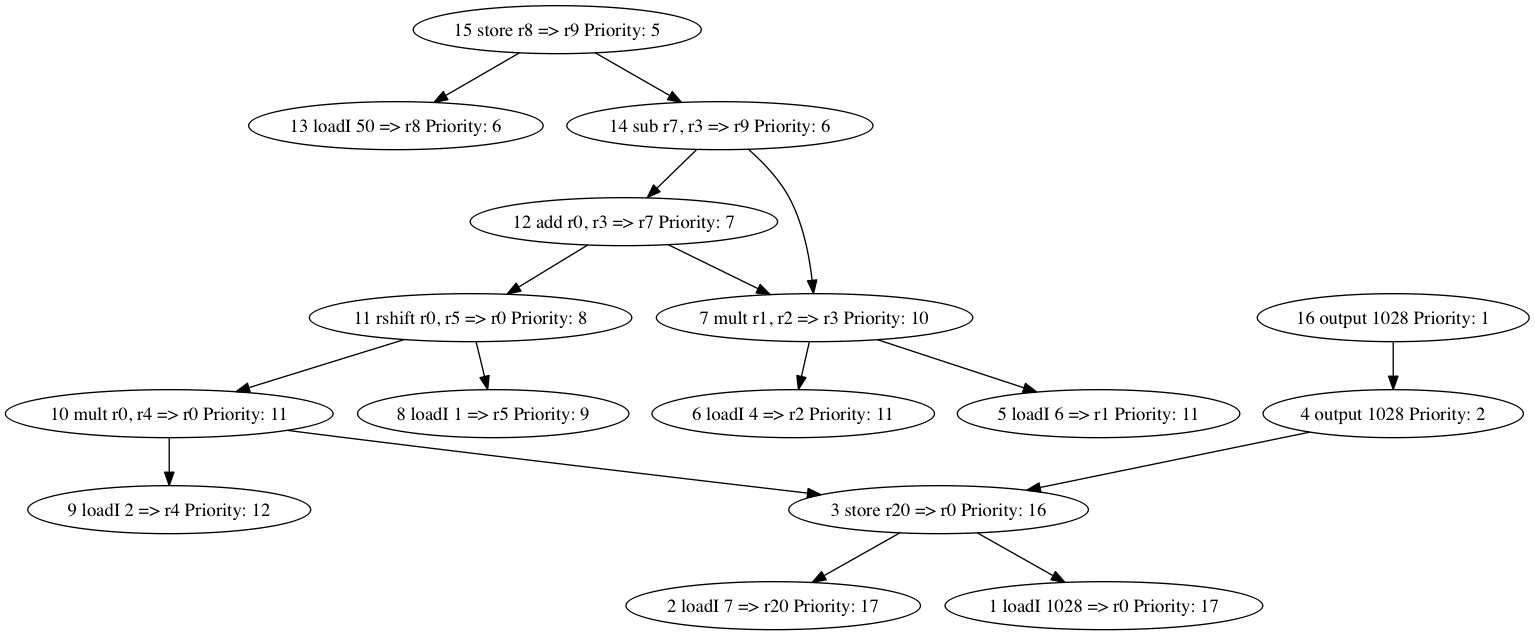
martinzc/instruction-scheduling keeps this Graphviz diagram as src/graph.png. Above is the earlier version. Its source is kept beside it as src/graph.dot.
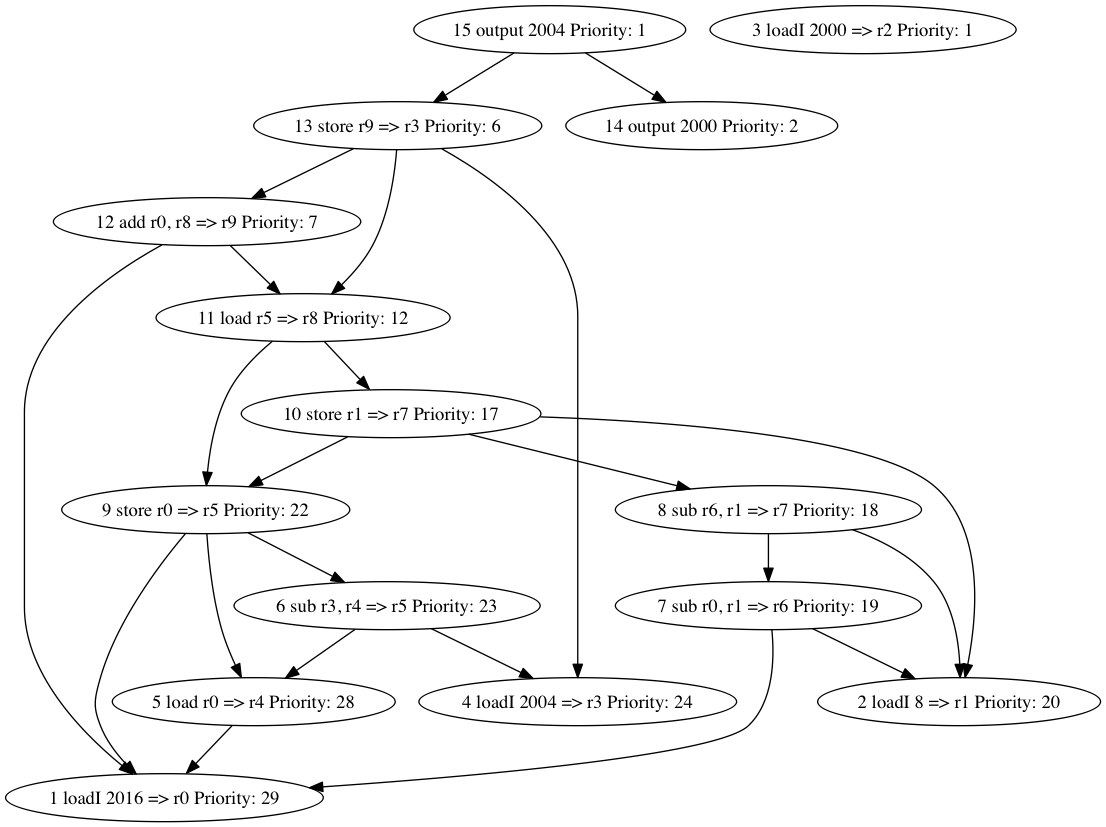
The same diagram one commit later.

Commit message:
fixed bugs for building dependency graph on output

The edit, as a diff of the source:
```diff
@@ -1,37 +1,40 @@
 digraph g {
-    7 [label="7 mult r1, r2 => r3 Priority: 11"];
-    11 [label="11 rshift r0, r5 => r0 Priority: 9"];
-    2 [label="2 loadI 7 => r20 Priority: 18"];
-    12 [label="12 add r0, r3 => r7 Priority: 8"];
-    9 [label="9 loadI 2 => r4 Priority: 13"];
-    10 [label="10 mult r0, r4 => r0 Priority: 12"];
-    1 [label="1 loadI 1028 => r0 Priority: 18"];
-    3 [label="3 store r20 => r0 Priority: 17"];
-    14 [label="14 sub r7, r3 => r9 Priority: 7"];
-    4 [label="4 output 1028 Priority: 7"];
-    16 [label="16 output 1028 Priority: 1"];
-    13 [label="13 loadI 50 => r8 Priority: 7"];
-    5 [label="5 loadI 6 => r1 Priority: 12"];
-    6 [label="6 loadI 4 => r2 Priority: 12"];
-    15 [label="15 store r8 => r9 Priority: 6"];
-    8 [label="8 loadI 1 => r5 Priority: 10"];
-    7->5;
-    7->6;
+    7 [label="7 sub r0, r1 => r6 Priority: 19"];
+    2 [label="2 loadI 8 => r1 Priority: 20"];
+    11 [label="11 load r5 => r8 Priority: 12"];
+    9 [label="9 store r0 => r5 Priority: 22"];
+    12 [label="12 add r0, r8 => r9 Priority: 7"];
+    10 [label="10 store r1 => r7 Priority: 17"];
+    15 [label="15 output 2004 Priority: 1"];
+    1 [label="1 loadI 2016 => r0 Priority: 29"];
+    3 [label="3 loadI 2000 => r2 Priority: 1"];
+    4 [label="4 loadI 2004 => r3 Priority: 24"];
+    13 [label="13 store r9 => r3 Priority: 6"];
+    5 [label="5 load r0 => r4 Priority: 28"];
+    14 [label="14 output 2000 Priority: 2"];
+    6 [label="6 sub r3, r4 => r5 Priority: 23"];
+    8 [label="8 sub r6, r1 => r7 Priority: 18"];
+    7->1;
+    7->2;
+    11->9;
     11->10;
-    11->8;
-    12->7;
+    9->5;
+    9->6;
+    9->1;
     12->11;
-    10->3;
+    12->1;
     10->9;
-    3->1;
-    3->2;
-    14->12;
-    14->7;
-    4->3;
-    16->15;
-    16->4;
-    15->3;
+    10->8;
+    10->2;
     15->13;
     15->14;
-    15->4;
+    13->11;
+    13->4;
+    13->12;
+    5->1;
+    14->10;
+    6->5;
+    6->4;
+    8->7;
+    8->2;
 }
```
